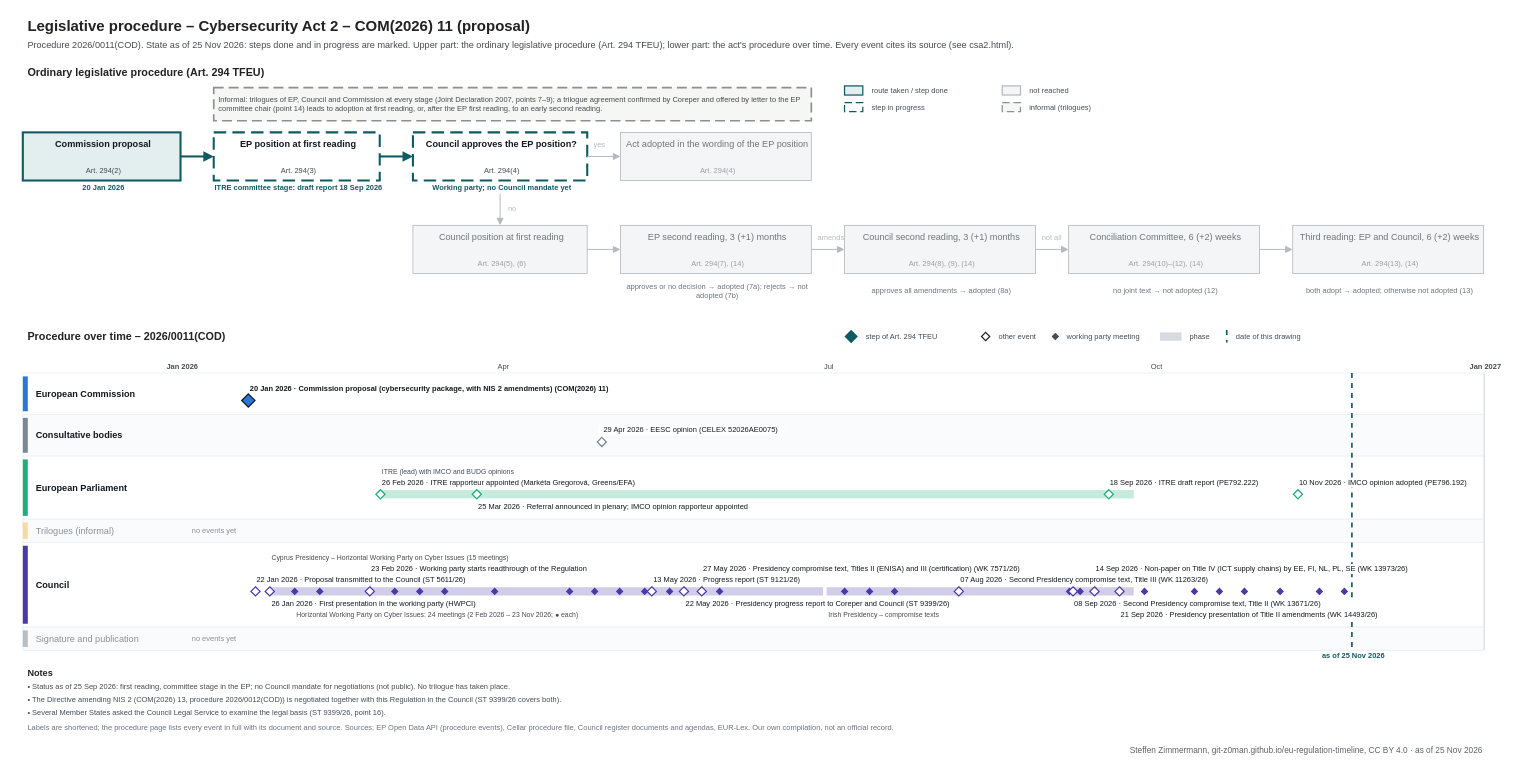
Above: procedures/csa2.drawio in git-z0man/eu-regulation-timeline (draw.io), before the change. Source tidied: cells renumbered, new cells numbered last; positions are measured from the earlier drawing's top-left corner, leaving out a move shared by most shapes. Both pictures are drawn from the tidied source at 83%, with x=0, y=0 at pixel (14, 14).
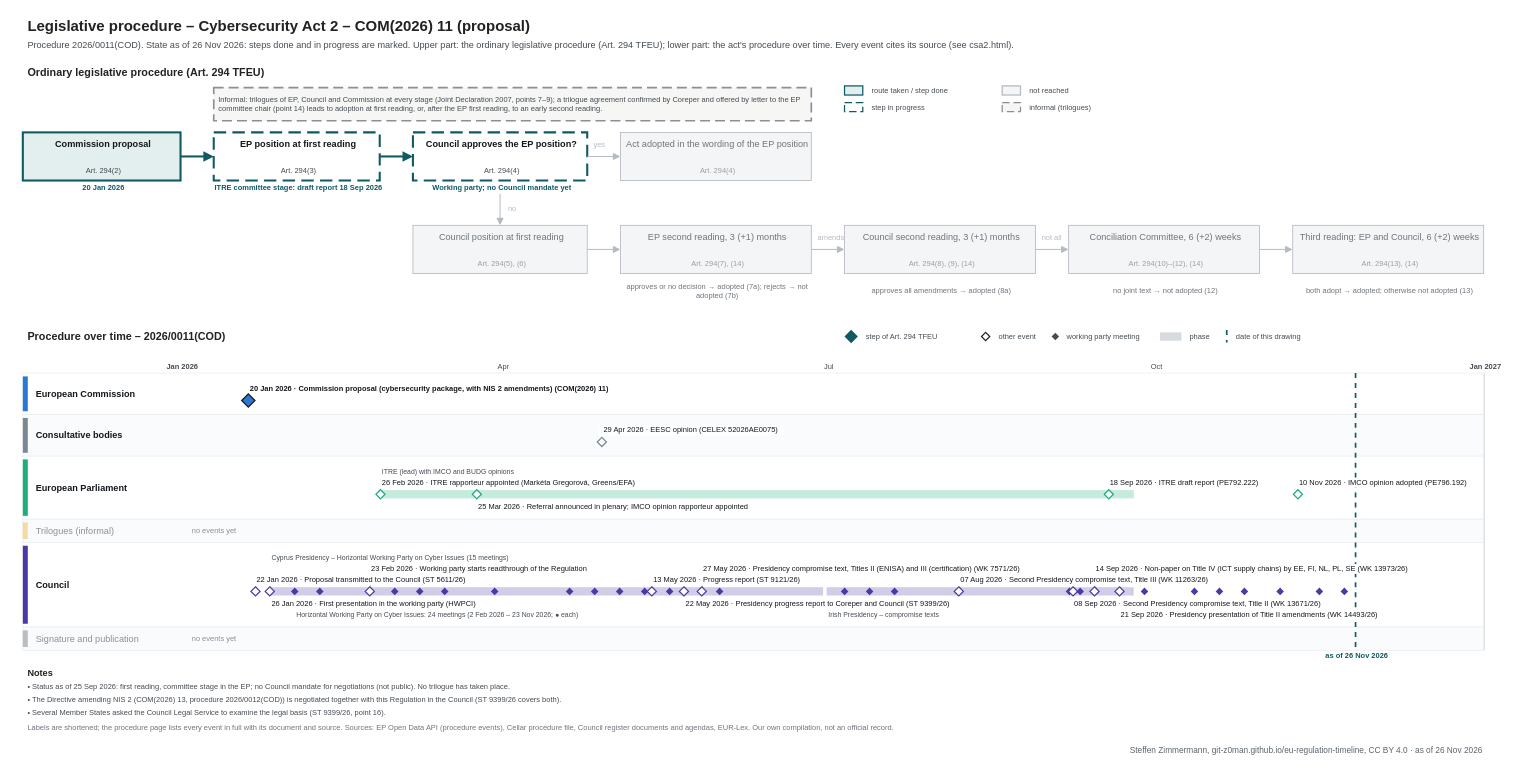
The same diagram, later.

The edit, as a diff of the source:
```diff
@@
-    <mxCell id="3" value="Procedure 2026/0011(COD). State as of 25 Nov 2026: steps done and in progress are marked. Upper part: the ordinary legislative procedure (Art. 294 TFEU); lower part: the act's procedure over time. Every event cites its source (see csa2.html)." style="text;html=1;fontSize=11;fontColor=#454c53;align=left;verticalAlign=middle;spacingLeft=4;" parent="1" vertex="1">
+    <mxCell id="3" value="Procedure 2026/0011(COD). State as of 26 Nov 2026: steps done and in progress are marked. Upper part: the ordinary legislative procedure (Art. 294 TFEU); lower part: the act's procedure over time. Every event cites its source (see csa2.html)." style="text;html=1;fontSize=11;fontColor=#454c53;align=left;verticalAlign=middle;spacingLeft=4;" parent="1" vertex="1">
       <mxGeometry x="10" y="28" width="1700" height="18" as="geometry" />
     </mxCell>
@@
     <mxCell id="110" style="line;html=1;strokeWidth=2;strokeColor=#0f5a63;direction=south;dashed=1;" parent="1" vertex="1">
-      <mxGeometry x="1610.8" y="432" width="1" height="334" as="geometry" />
+      <mxGeometry x="1615.2" y="432" width="1" height="334" as="geometry" />
     </mxCell>
-    <mxCell id="111" value="as of 25 Nov 2026" style="text;html=1;fontSize=9;fontColor=#0f5a63;align=center;verticalAlign=middle;spacingLeft=4;fontStyle=1;" parent="1" vertex="1">
-      <mxGeometry x="1550.8" y="767" width="120" height="12" as="geometry" />
+    <mxCell id="111" value="as of 26 Nov 2026" style="text;html=1;fontSize=9;fontColor=#0f5a63;align=center;verticalAlign=middle;spacingLeft=4;fontStyle=1;" parent="1" vertex="1">
+      <mxGeometry x="1555.2" y="767" width="120" height="12" as="geometry" />
     </mxCell>
@@
-    <mxCell id="184" value="Steffen Zimmermann, git-z0man.github.io/eu-regulation-timeline, CC BY 4.0 · as of 25 Nov 2026" style="text;html=1;fontSize=10;fontColor=#5b646b;align=right;verticalAlign=middle;spacingLeft=4;" parent="1" vertex="1">
+    <mxCell id="184" value="Steffen Zimmermann, git-z0man.github.io/eu-regulation-timeline, CC BY 4.0 · as of 26 Nov 2026" style="text;html=1;fontSize=10;fontColor=#5b646b;align=right;verticalAlign=middle;spacingLeft=4;" parent="1" vertex="1">
       <mxGeometry x="10" y="878" width="1760" height="16" as="geometry" />
     </mxCell>
```
